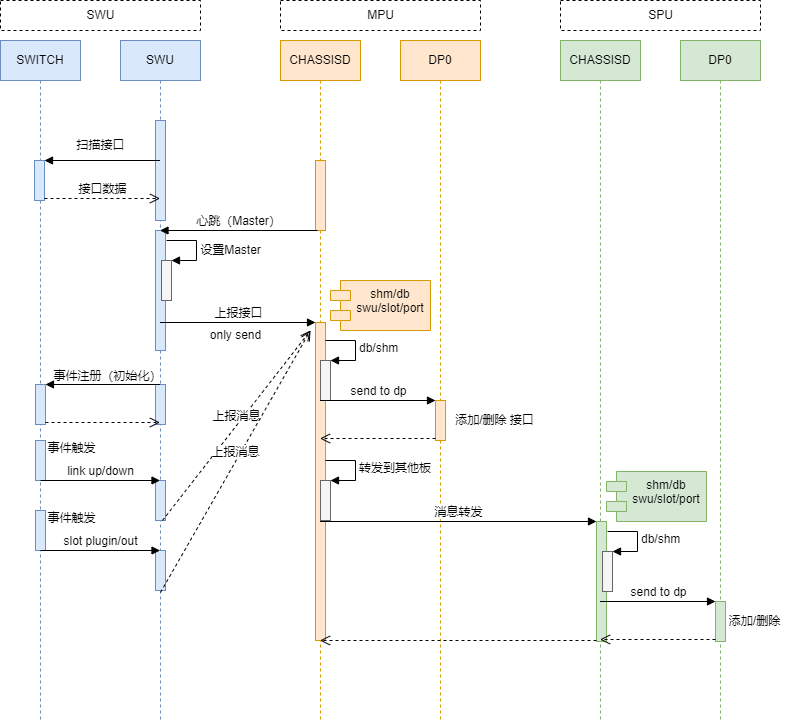
This is swu_port_status.drawio.png from lwchao/drawPNG, a draw.io export, as it was before one commit. Source tidied: cells renumbered, new cells last; positions are measured from the earlier drawing's top-left corner, leaving out a move shared by most shapes.
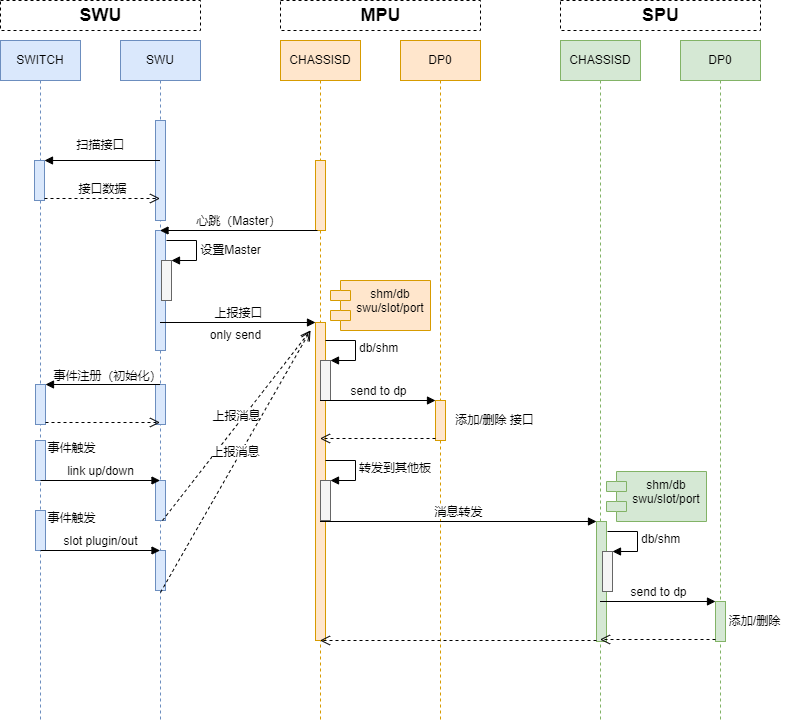
The same file after the commit.

The edit, as a diff of the source:
```diff
@@ -210,13 +210,13 @@
     <mxCell id="55" value="心跳（Master）" style="html=1;verticalAlign=bottom;endArrow=block;rounded=0;exitX=0.2;exitY=1;exitDx=0;exitDy=0;exitPerimeter=0;" parent="1" edge="1" source="16" target="2">
       <mxGeometry relative="1" as="geometry" />
     </mxCell>
-    <mxCell id="56" value="SPU" style="html=1;dashed=1;" parent="1" vertex="1">
+    <mxCell id="56" value="&lt;b&gt;&lt;font style=&quot;font-size: 18px;&quot;&gt;SPU&lt;/font&gt;&lt;/b&gt;" style="html=1;dashed=1;" parent="1" vertex="1">
       <mxGeometry x="560" width="200" height="30" as="geometry" />
     </mxCell>
-    <mxCell id="57" value="MPU" style="html=1;dashed=1;" parent="1" vertex="1">
+    <mxCell id="57" value="&lt;font style=&quot;font-size: 18px;&quot;&gt;&lt;b&gt;MPU&lt;/b&gt;&lt;/font&gt;" style="html=1;dashed=1;" parent="1" vertex="1">
       <mxGeometry x="280" width="200" height="30" as="geometry" />
     </mxCell>
-    <mxCell id="58" value="SWU" style="html=1;dashed=1;" parent="1" vertex="1">
+    <mxCell id="58" value="&lt;b&gt;&lt;font style=&quot;font-size: 18px;&quot;&gt;SWU&lt;/font&gt;&lt;/b&gt;" style="html=1;dashed=1;" parent="1" vertex="1">
       <mxGeometry width="200" height="30" as="geometry" />
     </mxCell>
   </root>
```
